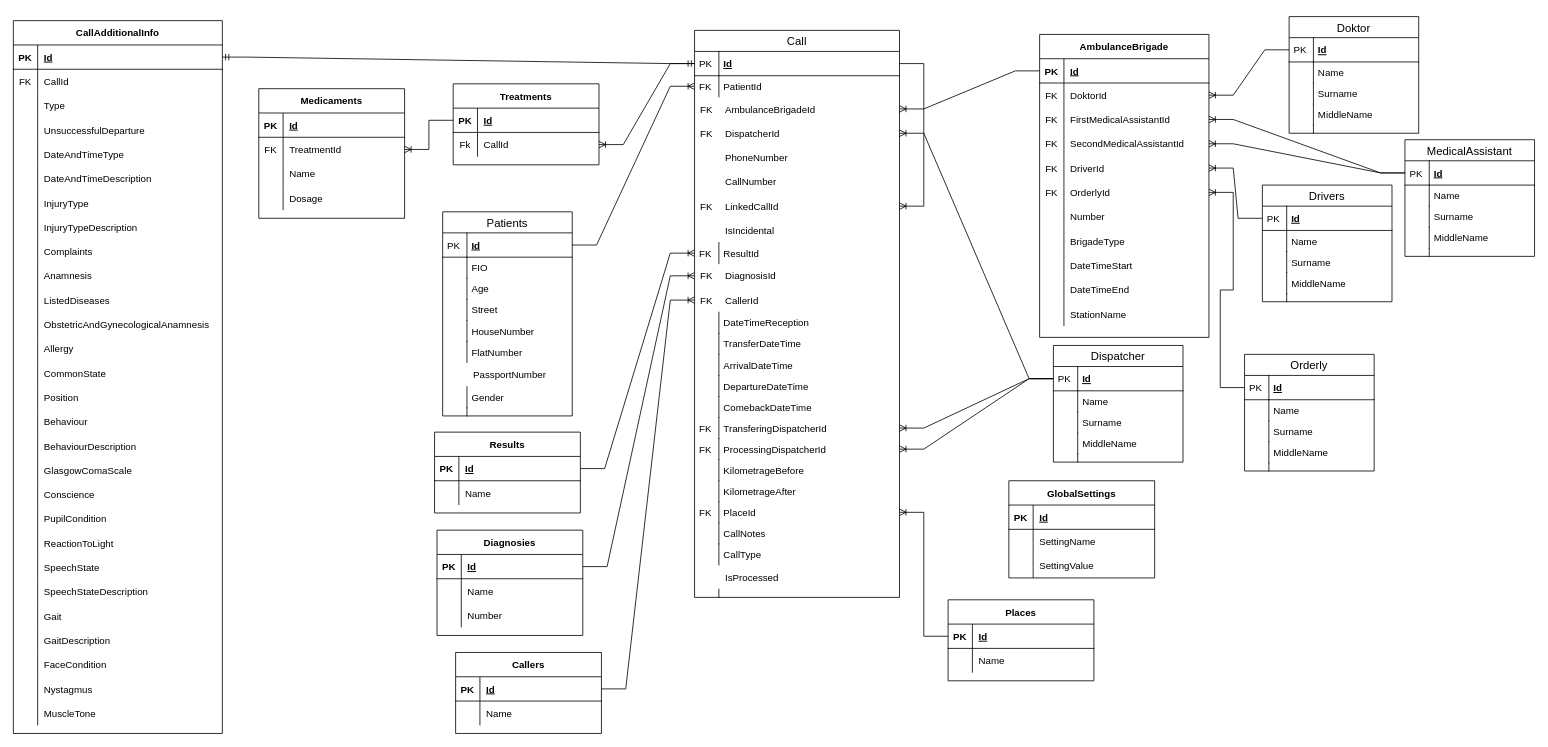
Before: Database scheme.drawio in zalyz/Diplom, a draw.io diagram. Source tidied: cells renumbered, new cells numbered last; positions are measured from the earlier drawing's top-left corner, leaving out a move shared by most shapes. Both pictures are drawn from the tidied source at 81%, with x=0, y=0 at pixel (13, 16).
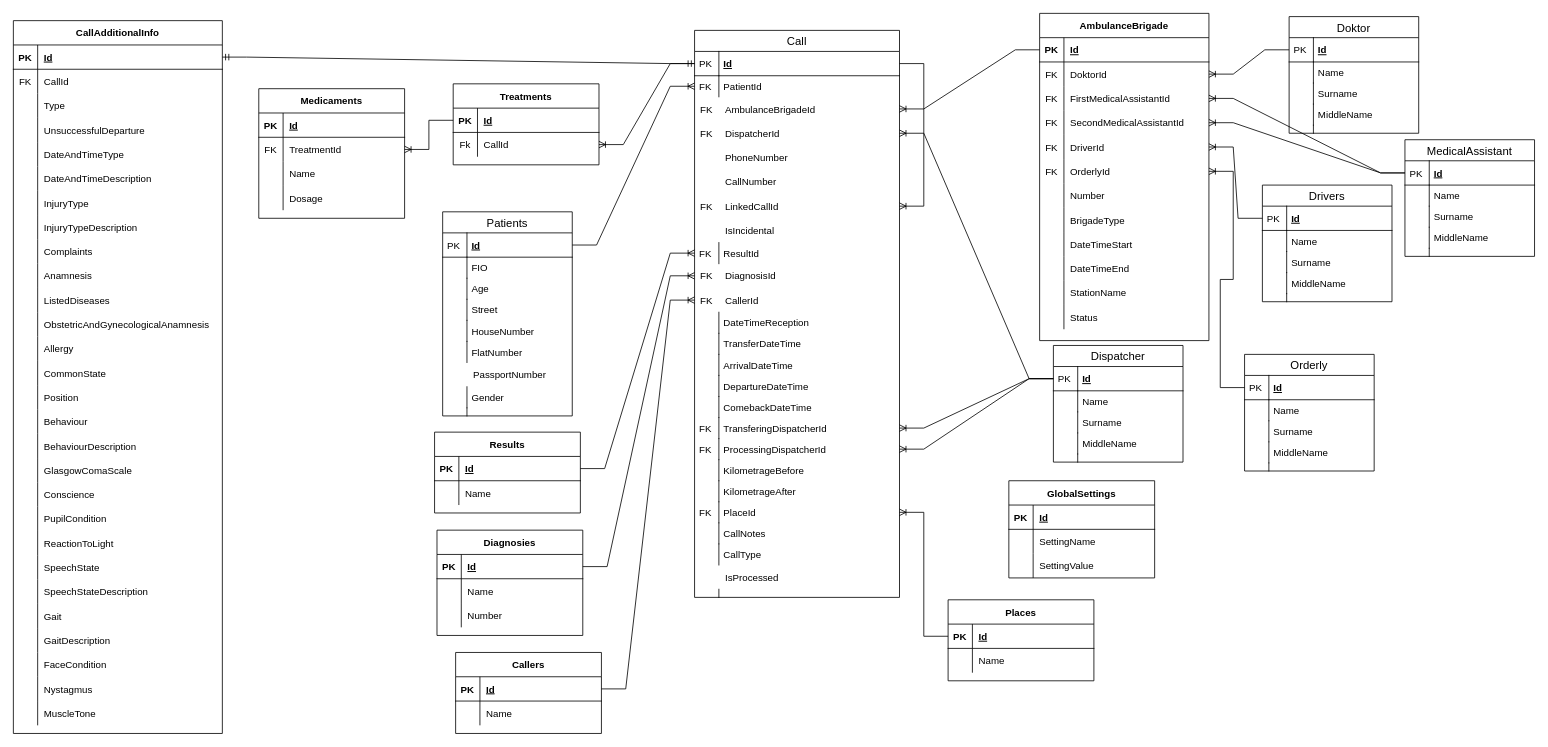
After the change.

The edit, as a diff of the source:
```diff
@@
     <mxCell id="144" value="AmbulanceBrigade" style="shape=table;startSize=30;childLayout=tableLayout;rowLines=0;fontStyle=1;align=center;" parent="1" vertex="1">
-      <mxGeometry x="1267" y="22" width="209" height="374" as="geometry" />
+      <mxGeometry x="1267" y="-4" width="209" height="404" as="geometry" />
     </mxCell>
@@
+    <mxCell id="341" style="shape=tableRow;horizontal=0;startSize=0;swimlaneHead=0;swimlaneBody=0;fillColor=none;top=0;left=0;right=0;bottom=0;" parent="144" vertex="1">
+      <mxGeometry y="360" width="209" height="30" as="geometry" />
+    </mxCell>
+    <mxCell id="342" style="shape=partialRectangle;fillColor=none;top=0;left=0;bottom=0;right=0;overflow=hidden;" parent="341" vertex="1">
+      <mxGeometry width="30" height="30" as="geometry" />
+    </mxCell>
+    <mxCell id="343" value="Status" style="shape=partialRectangle;fillColor=none;top=0;left=0;bottom=0;right=0;align=left;spacingLeft=6;overflow=hidden;" parent="341" vertex="1">
+      <mxGeometry x="30" width="179" height="30" as="geometry" />
+    </mxCell>
```
